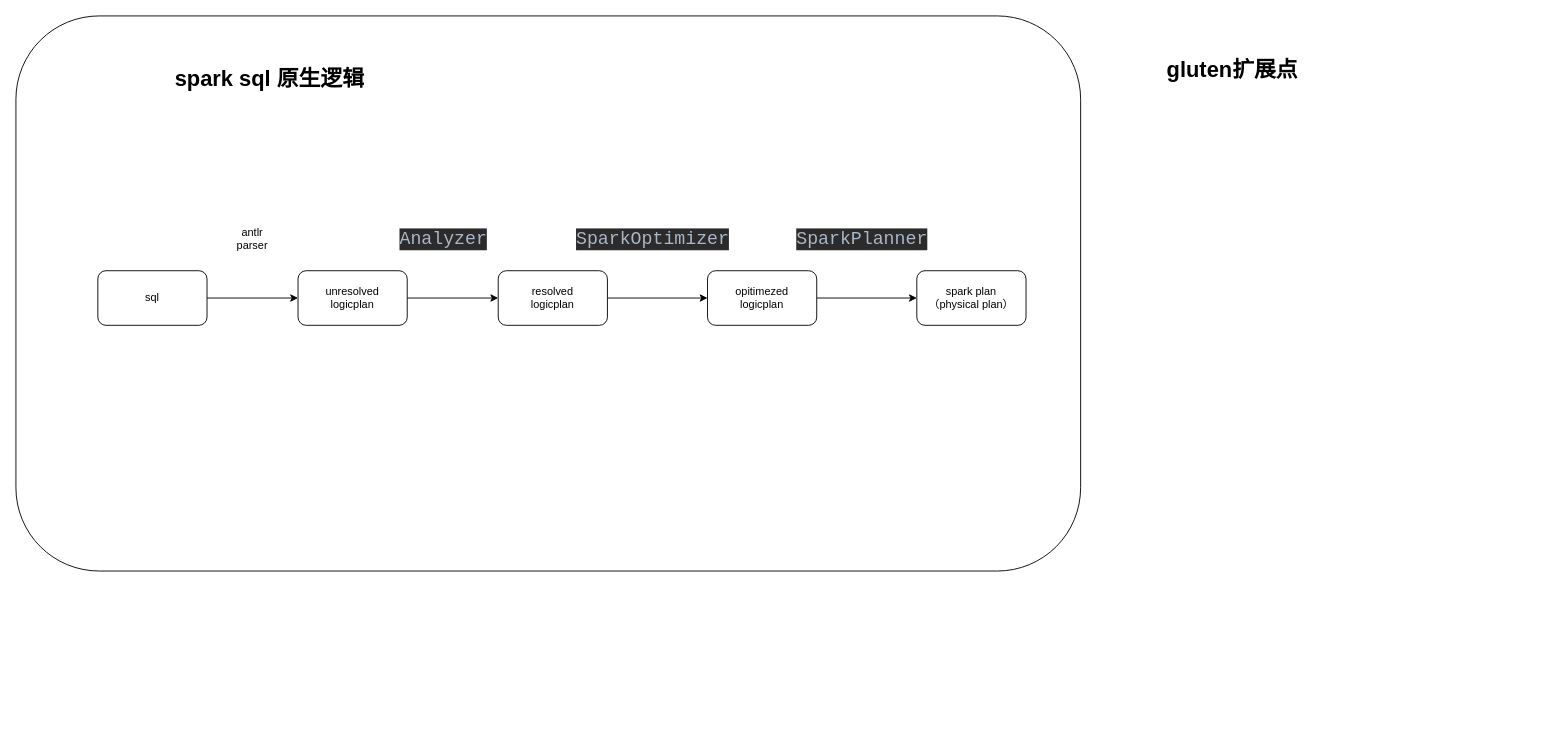
yuhuali1989/ui keeps this draw.io diagram as gluten架构图.drawio. Above is the earlier version. Source tidied: cells renumbered, new cells numbered last; positions are measured from the earlier drawing's top-left corner, leaving out a move shared by most shapes. Both pictures are drawn from the tidied source at 91%, with x=0, y=0 at pixel (15, 15).
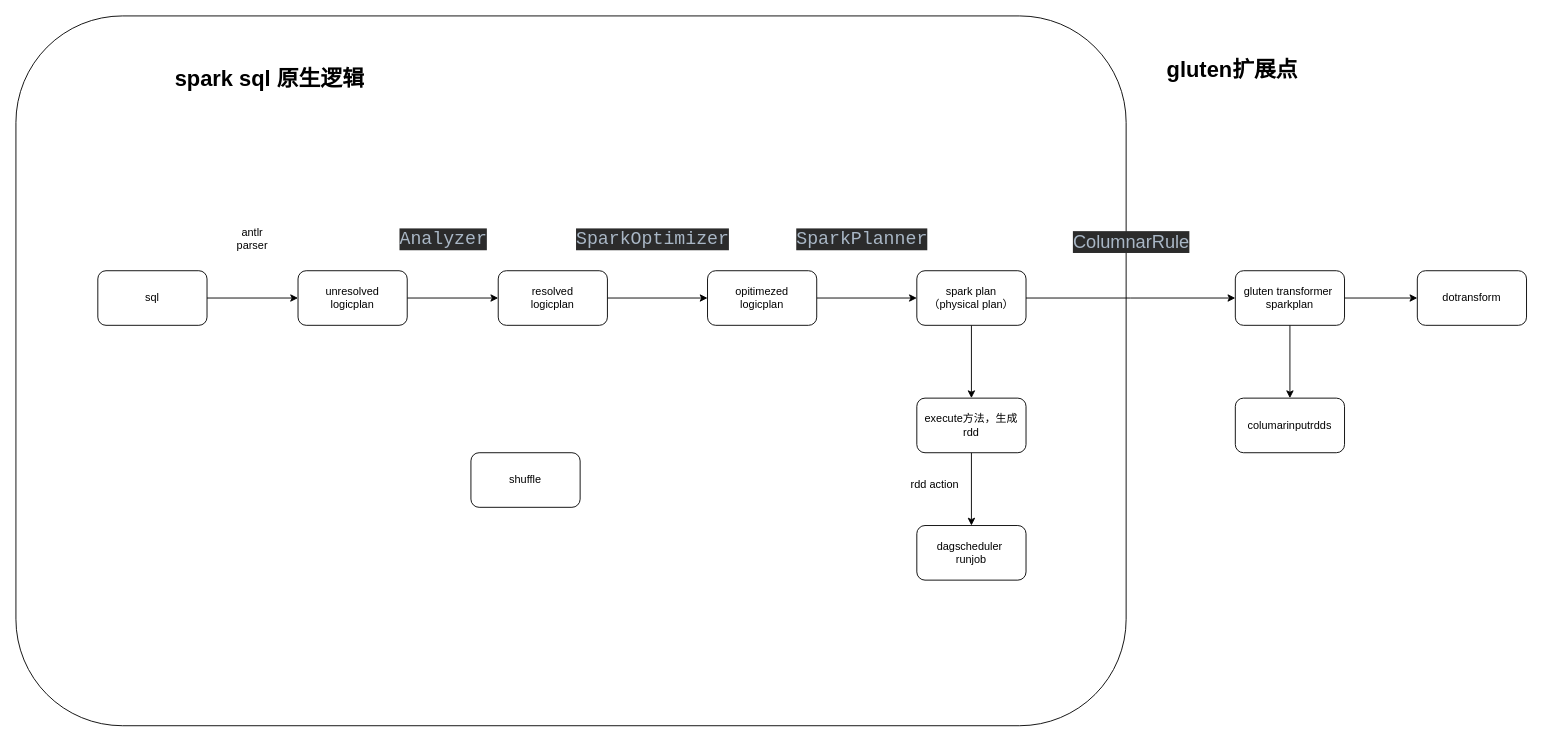
Above is the later version.

Unchanged cells that the change refers to:
```xml
<mxCell id="15" value="spark plan&lt;br&gt;（physical plan）" style="rounded=1;whiteSpace=wrap;html=1;" parent="1" vertex="1">
  <mxGeometry x="990" y="280" width="120" height="60" as="geometry" />
</mxCell>
```

Diff of the diagram source:
```diff
@@
     <mxCell id="2" style="rounded=1;whiteSpace=wrap;html=1;" parent="1" vertex="1">
-      <mxGeometry width="1170" height="610" as="geometry" />
+      <mxGeometry width="1220" height="780" as="geometry" />
     </mxCell>
@@
+    <mxCell id="18" style="edgeStyle=orthogonalEdgeStyle;rounded=0;jettySize=auto;html=1;" parent="1" edge="1" source="15">
+      <mxGeometry relative="1" as="geometry">
+        <mxPoint x="1340" y="310" as="targetPoint" />
+      </mxGeometry>
+    </mxCell>
+    <mxCell id="19" style="edgeStyle=orthogonalEdgeStyle;rounded=0;jettySize=auto;html=1;" parent="1" edge="1" source="15" target="26">
+      <mxGeometry relative="1" as="geometry" />
+    </mxCell>
@@
+    <mxCell id="20" style="edgeStyle=orthogonalEdgeStyle;rounded=0;jettySize=auto;html=1;" parent="1" edge="1" source="22" target="27">
+      <mxGeometry relative="1" as="geometry" />
+    </mxCell>
+    <mxCell id="21" style="edgeStyle=orthogonalEdgeStyle;rounded=0;jettySize=auto;html=1;" parent="1" edge="1" source="22" target="28">
+      <mxGeometry relative="1" as="geometry" />
+    </mxCell>
+    <mxCell id="22" value="gluten transformer&amp;nbsp;&lt;br&gt;sparkplan" style="rounded=1;whiteSpace=wrap;html=1;" parent="1" vertex="1">
+      <mxGeometry x="1340" y="280" width="120" height="60" as="geometry" />
+    </mxCell>
+    <mxCell id="23" value="&lt;div style=&quot;background-color: rgb(43, 43, 43); color: rgb(169, 183, 198); font-family: Chalkboard; font-size: 15pt;&quot;&gt;ColumnarRule&lt;/div&gt;" style="text;whiteSpace=wrap;html=1;" parent="1" vertex="1">
+      <mxGeometry x="1160" y="230" width="150" height="50" as="geometry" />
+    </mxCell>
+    <mxCell id="24" value="shuffle" style="rounded=1;whiteSpace=wrap;html=1;" parent="1" vertex="1">
+      <mxGeometry x="500" y="480" width="120" height="60" as="geometry" />
+    </mxCell>
+    <mxCell id="25" style="edgeStyle=orthogonalEdgeStyle;rounded=0;jettySize=auto;html=1;" parent="1" edge="1" source="26" target="29">
+      <mxGeometry relative="1" as="geometry" />
+    </mxCell>
+    <mxCell id="26" value="execute方法，生成rdd" style="rounded=1;whiteSpace=wrap;html=1;" parent="1" vertex="1">
+      <mxGeometry x="990" y="420" width="120" height="60" as="geometry" />
+    </mxCell>
+    <mxCell id="27" value="columarinputrdds" style="rounded=1;whiteSpace=wrap;html=1;" parent="1" vertex="1">
+      <mxGeometry x="1340" y="420" width="120" height="60" as="geometry" />
+    </mxCell>
+    <mxCell id="28" value="dotransform" style="whiteSpace=wrap;html=1;rounded=1;" parent="1" vertex="1">
+      <mxGeometry x="1540" y="280" width="120" height="60" as="geometry" />
+    </mxCell>
+    <mxCell id="29" value="dagscheduler&amp;nbsp;&lt;br&gt;runjob" style="rounded=1;whiteSpace=wrap;html=1;" parent="1" vertex="1">
+      <mxGeometry x="990" y="560" width="120" height="60" as="geometry" />
+    </mxCell>
+    <mxCell id="30" value="rdd action" style="text;html=1;strokeColor=none;fillColor=none;align=center;verticalAlign=middle;whiteSpace=wrap;rounded=0;" parent="1" vertex="1">
+      <mxGeometry x="980" y="500" width="60" height="30" as="geometry" />
+    </mxCell>
```
